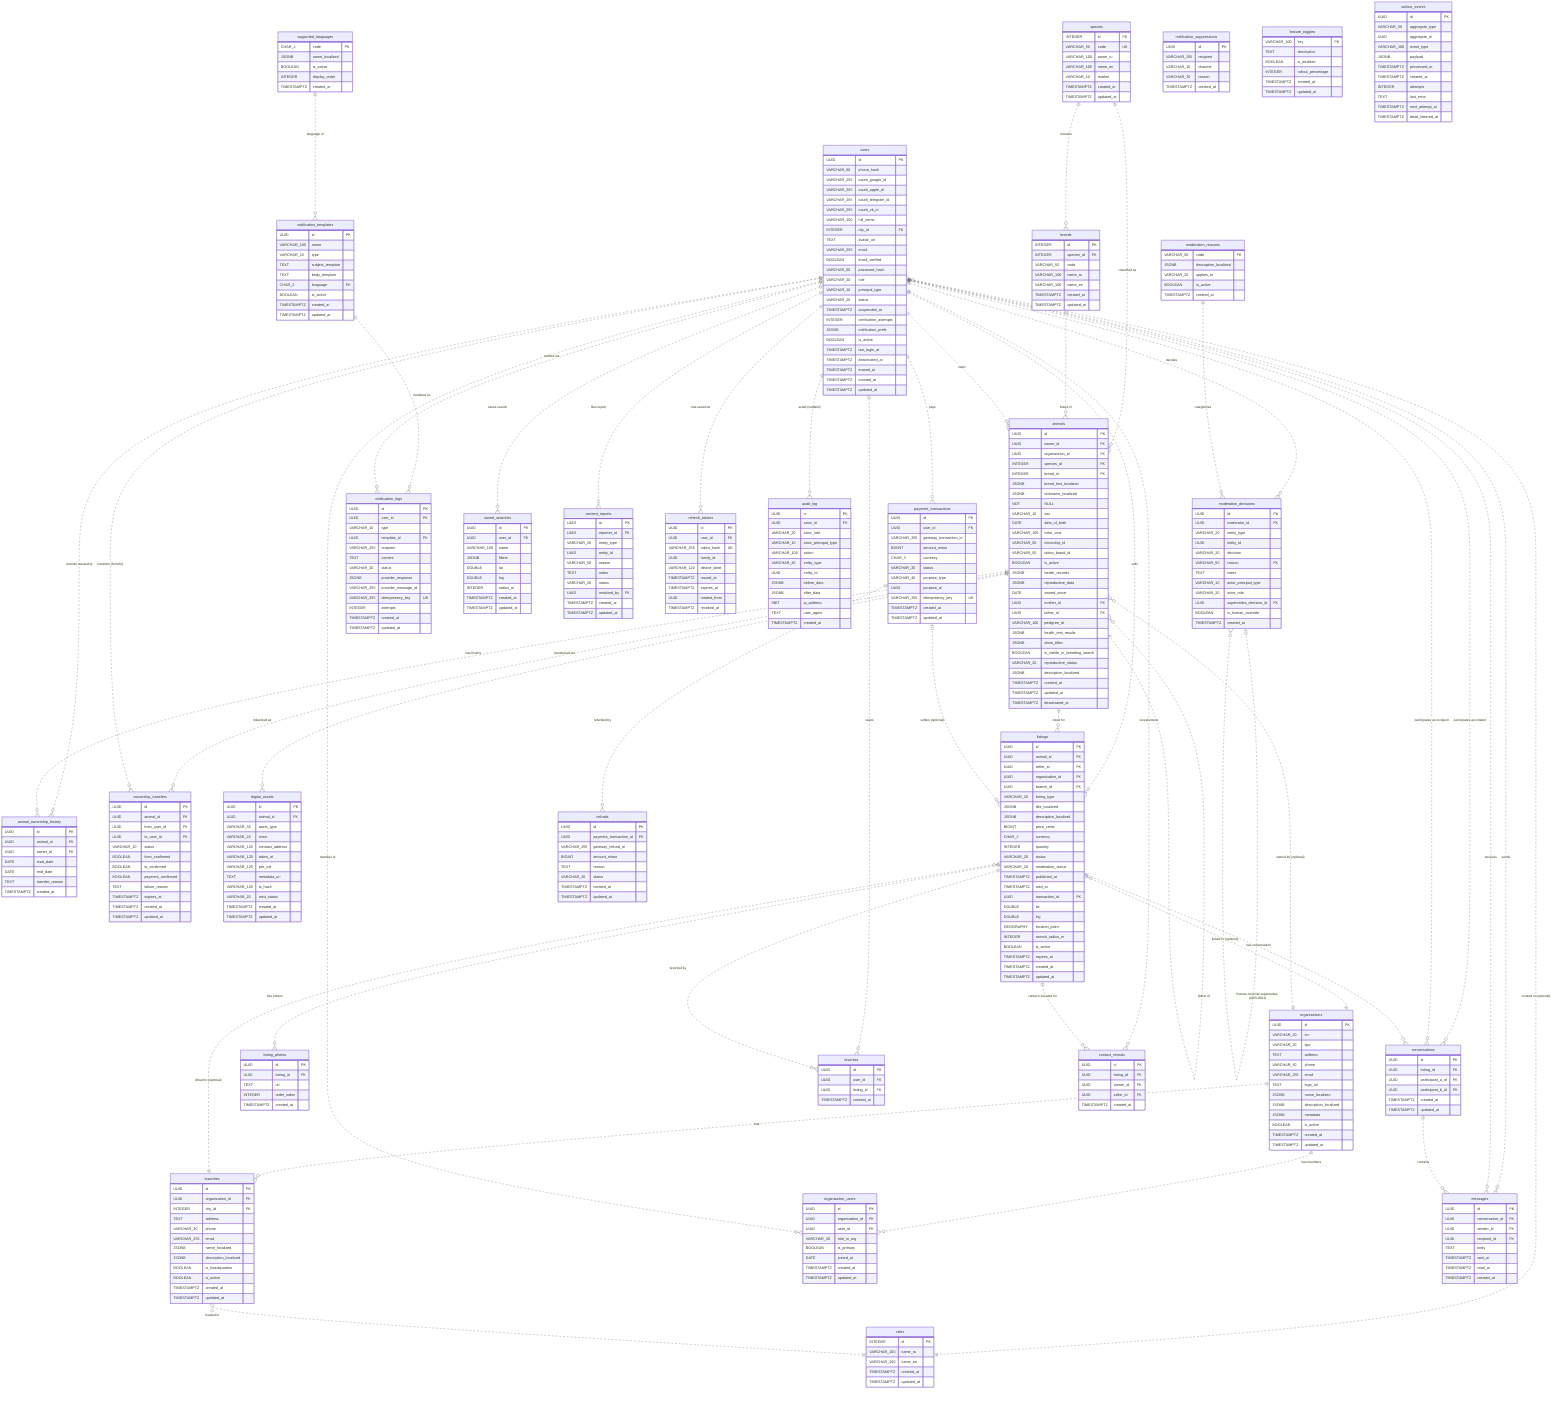
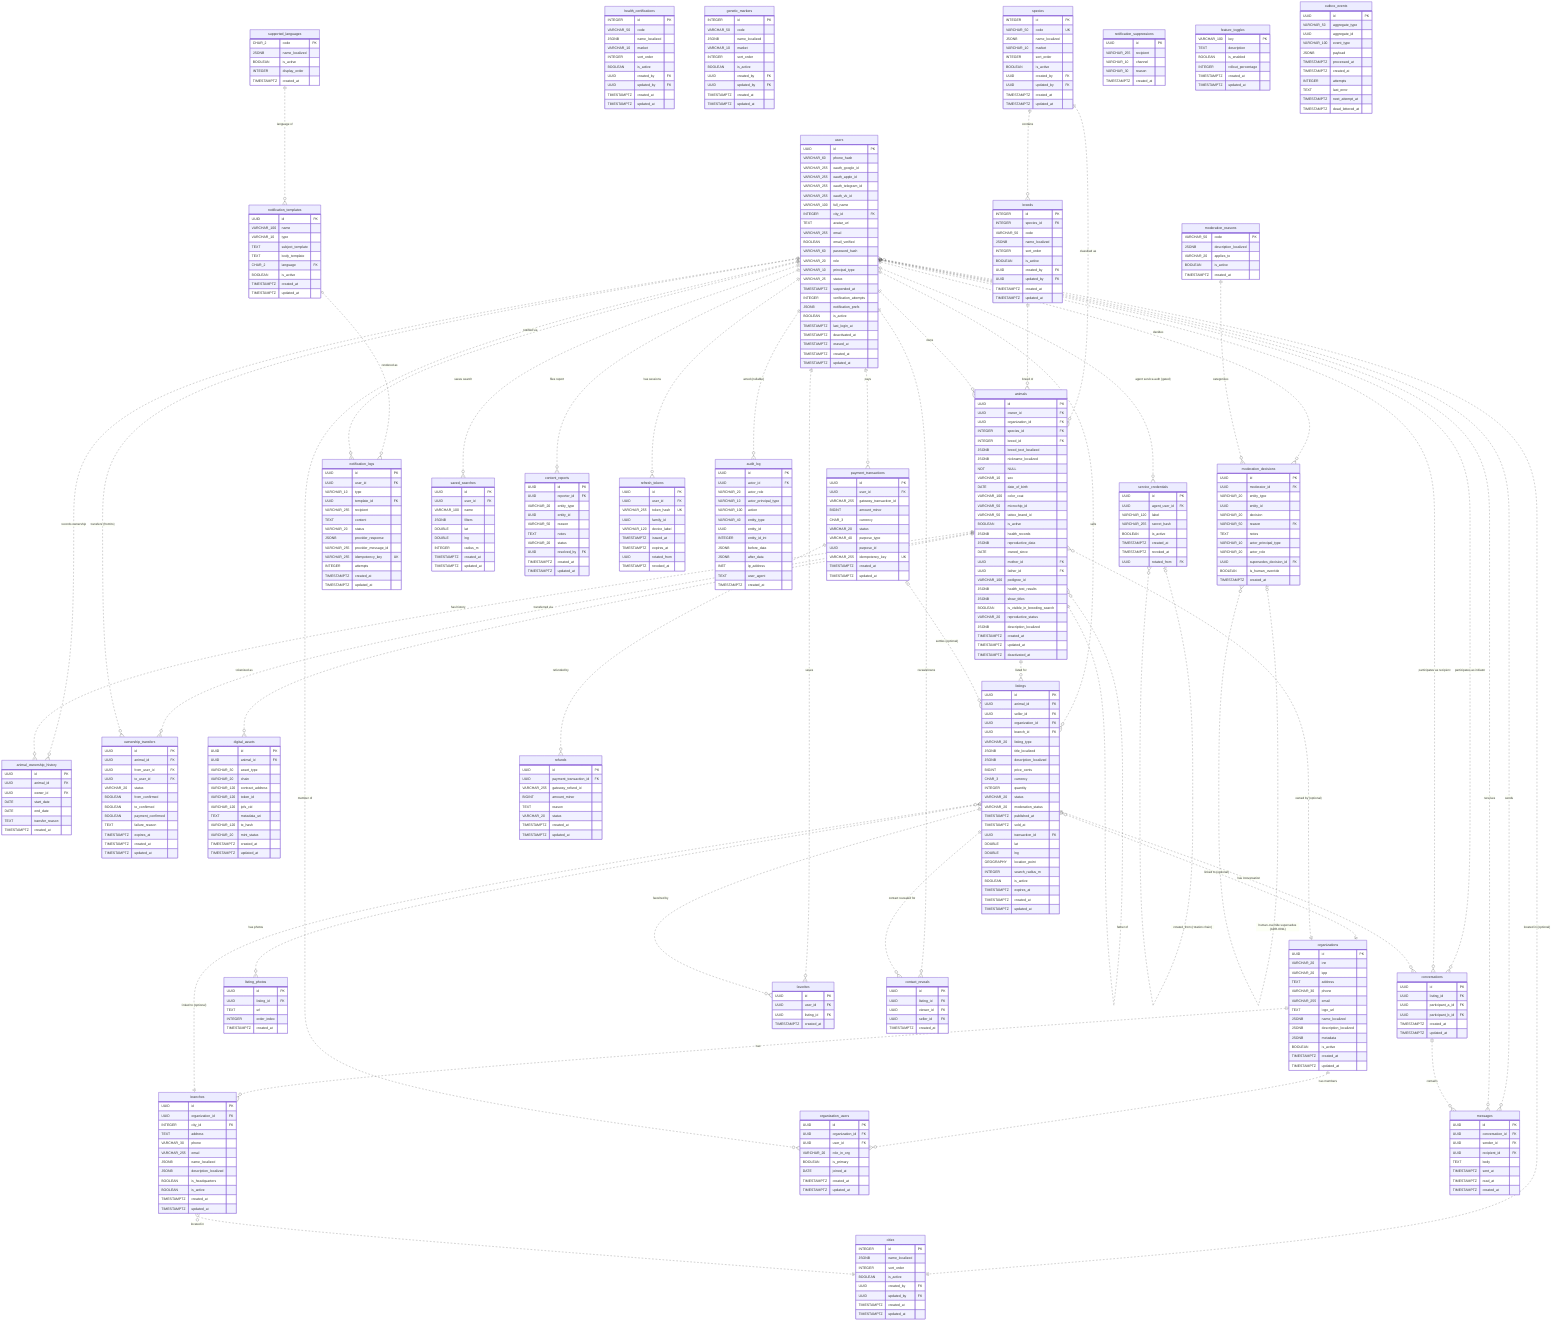
erDiagram
    %% Reference Data Tables
    species {
        INTEGER id PK
        VARCHAR_50 code UK
-         VARCHAR_100 name_ru
-         VARCHAR_100 name_en
+         JSONB name_localized
        VARCHAR_10 market
+         INTEGER sort_order
+         BOOLEAN is_active
+         UUID created_by FK
+         UUID updated_by FK
        TIMESTAMPTZ created_at
        TIMESTAMPTZ updated_at
    }
    breeds {
        INTEGER id PK
        INTEGER species_id FK
        VARCHAR_50 code
-         VARCHAR_100 name_ru
-         VARCHAR_100 name_en
+         JSONB name_localized
+         INTEGER sort_order
+         BOOLEAN is_active
+         UUID created_by FK
+         UUID updated_by FK
        TIMESTAMPTZ created_at
        TIMESTAMPTZ updated_at
        %% UK (species_id, code)
    }
    cities {
        INTEGER id PK
-         VARCHAR_100 name_ru
-         VARCHAR_100 name_en
-         TIMESTAMPTZ created_at
-         TIMESTAMPTZ updated_at
+         JSONB name_localized
+         INTEGER sort_order
+         BOOLEAN is_active
+         UUID created_by FK
+         UUID updated_by FK
+         TIMESTAMPTZ created_at
+         TIMESTAMPTZ updated_at
+     }
+     health_certifications {
+         INTEGER id PK
+         VARCHAR_50 code
+         JSONB name_localized
+         VARCHAR_10 market
+         INTEGER sort_order
+         BOOLEAN is_active
+         UUID created_by FK
+         UUID updated_by FK
+         TIMESTAMPTZ created_at
+         TIMESTAMPTZ updated_at
+         %% UK (market, code)
+     }
+     genetic_markers {
+         INTEGER id PK
+         VARCHAR_50 code
+         JSONB name_localized
+         VARCHAR_10 market
+         INTEGER sort_order
+         BOOLEAN is_active
+         UUID created_by FK
+         UUID updated_by FK
+         TIMESTAMPTZ created_at
+         TIMESTAMPTZ updated_at
+         %% UK (market, code)
    }
    supported_languages {
        CHAR_2 code PK
        JSONB name_localized
        BOOLEAN is_active
        INTEGER display_order
        TIMESTAMPTZ created_at
    }

    %% Identity Domain
    users {
        UUID id PK
        VARCHAR_60 phone_hash
        VARCHAR_255 oauth_google_id
        VARCHAR_255 oauth_apple_id
        VARCHAR_255 oauth_telegram_id
        VARCHAR_255 oauth_vk_id
        VARCHAR_100 full_name
        INTEGER city_id FK
        TEXT avatar_url
        VARCHAR_255 email
        BOOLEAN email_verified
        VARCHAR_60 password_hash
        VARCHAR_20 role
        VARCHAR_10 principal_type
        VARCHAR_25 status
        TIMESTAMPTZ suspended_at
        INTEGER verification_attempts
        JSONB notification_prefs
        BOOLEAN is_active
        TIMESTAMPTZ last_login_at
        TIMESTAMPTZ deactivated_at
        TIMESTAMPTZ erased_at
        TIMESTAMPTZ created_at
        TIMESTAMPTZ updated_at
    }

    %% Animal Domain
    animals {
        UUID id PK
        UUID owner_id FK
        UUID organization_id FK
        INTEGER species_id FK
        INTEGER breed_id FK
        JSONB breed_text_localized
        JSONB nickname_localized NOT NULL
        VARCHAR_10 sex
        DATE date_of_birth
        VARCHAR_100 color_coat
        VARCHAR_50 microchip_id
        VARCHAR_50 tattoo_brand_id
        BOOLEAN is_active
        JSONB health_records
        JSONB reproductive_data
        DATE owned_since
        UUID mother_id FK
        UUID father_id FK
        VARCHAR_100 pedigree_id
        JSONB health_test_results
        JSONB show_titles
        BOOLEAN is_visible_in_breeding_search
        VARCHAR_20 reproductive_status
        JSONB description_localized
        TIMESTAMPTZ created_at
        TIMESTAMPTZ updated_at
        TIMESTAMPTZ deactivated_at
    }
    animal_ownership_history {
        UUID id PK
        UUID animal_id FK
        UUID owner_id FK
        DATE start_date
        DATE end_date
        TEXT transfer_reason
        TIMESTAMPTZ created_at
    }
    ownership_transfers {
        UUID id PK
        UUID animal_id FK
        UUID from_user_id FK
        UUID to_user_id FK
        VARCHAR_20 status
        BOOLEAN from_confirmed
        BOOLEAN to_confirmed
        BOOLEAN payment_confirmed
        TEXT failure_reason
        TIMESTAMPTZ expires_at
        TIMESTAMPTZ created_at
        TIMESTAMPTZ updated_at
    }
    digital_assets {
        UUID id PK
        UUID animal_id FK
        VARCHAR_30 asset_type
        VARCHAR_20 chain
        VARCHAR_120 contract_address
        VARCHAR_120 token_id
        VARCHAR_120 ipfs_cid
        TEXT metadata_uri
        VARCHAR_120 tx_hash
        VARCHAR_20 mint_status
        TIMESTAMPTZ created_at
        TIMESTAMPTZ updated_at
        %% ADR-0010: NFT readiness hook; gated by feature_toggles
    }

    %% Organization Domain
    organizations {
        UUID id PK
        VARCHAR_20 inn
        VARCHAR_20 kpp
        TEXT address
        VARCHAR_30 phone
        VARCHAR_255 email
        TEXT logo_url
        JSONB name_localized
        JSONB description_localized
        JSONB metadata
        BOOLEAN is_active
        TIMESTAMPTZ created_at
        TIMESTAMPTZ updated_at
    }
    branches {
        UUID id PK
        UUID organization_id FK
        INTEGER city_id FK
        TEXT address
        VARCHAR_30 phone
        VARCHAR_255 email
        JSONB name_localized
        JSONB description_localized
        BOOLEAN is_headquarters
        BOOLEAN is_active
        TIMESTAMPTZ created_at
        TIMESTAMPTZ updated_at
    }
    organization_users {
        UUID id PK
        UUID organization_id FK
        UUID user_id FK
        VARCHAR_20 role_in_org
        BOOLEAN is_primary
        DATE joined_at
        TIMESTAMPTZ created_at
        TIMESTAMPTZ updated_at
        %% UK (organization_id, user_id)
    }

    %% Marketplace/Listings Domain
    listings {
        UUID id PK
        UUID animal_id FK
        UUID seller_id FK
        UUID organization_id FK
        UUID branch_id FK
        VARCHAR_20 listing_type
        JSONB title_localized
        JSONB description_localized
        BIGINT price_cents
        CHAR_3 currency
        INTEGER quantity
        VARCHAR_20 status
        VARCHAR_20 moderation_status
        TIMESTAMPTZ published_at
        TIMESTAMPTZ sold_at
        UUID transaction_id FK
        DOUBLE lat
        DOUBLE lng
        GEOGRAPHY location_point
        INTEGER search_radius_m
        BOOLEAN is_active
        TIMESTAMPTZ expires_at
        TIMESTAMPTZ created_at
        TIMESTAMPTZ updated_at
        %% UK (animal_id, listing_type) WHERE status='ACTIVE'
    }
    listing_photos {
        UUID id PK
        UUID listing_id FK
        TEXT url
        INTEGER order_index
        TIMESTAMPTZ created_at
    }
    conversations {
        UUID id PK
        UUID listing_id FK
        UUID participant_a_id FK
        UUID participant_b_id FK
        TIMESTAMPTZ created_at
        TIMESTAMPTZ updated_at
    }
    messages {
        UUID id PK
        UUID conversation_id FK
        UUID sender_id FK
        UUID recipient_id FK
        TEXT body
        TIMESTAMPTZ sent_at
        TIMESTAMPTZ read_at
        TIMESTAMPTZ created_at
    }

    %% Moderation Domain
    moderation_reasons {
        VARCHAR_50 code PK
        JSONB description_localized
        VARCHAR_20 applies_to
        BOOLEAN is_active
        TIMESTAMPTZ created_at
    }
    moderation_decisions {
        UUID id PK
        UUID moderator_id FK
        VARCHAR_20 entity_type
        UUID entity_id
        VARCHAR_20 decision
        VARCHAR_50 reason FK
        TEXT notes
        VARCHAR_10 actor_principal_type
        VARCHAR_20 actor_role
        UUID supersedes_decision_id FK
        BOOLEAN is_human_override
        TIMESTAMPTZ created_at
        %% append-only (immutable); ADR-0011 actor-snapshot + human-override chain (supersedes_decision_id self-ref)
    }

    %% Payment Domain
    payment_transactions {
        UUID id PK
        UUID user_id FK
        VARCHAR_255 gateway_transaction_id
        BIGINT amount_minor
        CHAR_3 currency
        VARCHAR_20 status
        VARCHAR_40 purpose_type
        UUID purpose_id
        VARCHAR_255 idempotency_key UK
        TIMESTAMPTZ created_at
        TIMESTAMPTZ updated_at
    }
    refunds {
        UUID id PK
        UUID payment_transaction_id FK
        VARCHAR_255 gateway_refund_id
        BIGINT amount_minor
        TEXT reason
        VARCHAR_20 status
        TIMESTAMPTZ created_at
        TIMESTAMPTZ updated_at
    }

    %% Notification Domain
    notification_templates {
        UUID id PK
        VARCHAR_100 name
        VARCHAR_10 type
        TEXT subject_template
        TEXT body_template
        CHAR_2 language FK
        BOOLEAN is_active
        TIMESTAMPTZ created_at
        TIMESTAMPTZ updated_at
        %% UK (name, type, language)
    }
    notification_logs {
        UUID id PK
        UUID user_id FK
        VARCHAR_10 type
        UUID template_id FK
        VARCHAR_255 recipient
        TEXT content
        VARCHAR_20 status
        JSONB provider_response
        VARCHAR_255 provider_message_id
        VARCHAR_255 idempotency_key UK
        INTEGER attempts
        TIMESTAMPTZ created_at
        TIMESTAMPTZ updated_at
    }
    notification_suppressions {
        UUID id PK
        VARCHAR_255 recipient
        VARCHAR_10 channel
        VARCHAR_30 reason
        TIMESTAMPTZ created_at
        %% (recipient, channel) UNIQUE — hard-bounce / unsubscribe
    }

    %% Favorites & Saved Searches (MVP)
    favorites {
        UUID id PK
        UUID user_id FK
        UUID listing_id FK
        TIMESTAMPTZ created_at
        %% UK (user_id, listing_id)
    }
    saved_searches {
        UUID id PK
        UUID user_id FK
        VARCHAR_100 name
        JSONB filters
        DOUBLE lat
        DOUBLE lng
        INTEGER radius_m
        TIMESTAMPTZ created_at
        TIMESTAMPTZ updated_at
    }
    content_reports {
        UUID id PK
        UUID reporter_id FK
        VARCHAR_20 entity_type
        UUID entity_id
        VARCHAR_50 reason
        TEXT notes
        VARCHAR_20 status
        UUID resolved_by FK
        TIMESTAMPTZ created_at
        TIMESTAMPTZ updated_at
    }
    contact_reveals {
        UUID id PK
        UUID listing_id FK
        UUID viewer_id FK
        UUID seller_id FK
        TIMESTAMPTZ created_at
        %% ADR-0005: MVP "contact the seller" (no chat); audit + rate-limit source
    }

    %% Identity sessions & audit (round-4 integrity)
    refresh_tokens {
        UUID id PK
        UUID user_id FK
        VARCHAR_255 token_hash UK
        UUID family_id
        VARCHAR_120 device_label
        TIMESTAMPTZ issued_at
        TIMESTAMPTZ expires_at
        UUID rotated_from
        TIMESTAMPTZ revoked_at
    }
    audit_log {
        UUID id PK
        UUID actor_id FK
        VARCHAR_20 actor_role
        VARCHAR_10 actor_principal_type
        VARCHAR_100 action
        VARCHAR_40 entity_type
        UUID entity_id
+         INTEGER entity_id_int
        JSONB before_data
        JSONB after_data
        INET ip_address
        TEXT user_agent
        TIMESTAMPTZ created_at
        %% append-only
+     }
+     service_credentials {
+         UUID id PK
+         UUID agent_user_id FK
+         VARCHAR_120 label
+         VARCHAR_255 secret_hash
+         BOOLEAN is_active
+         TIMESTAMPTZ created_at
+         TIMESTAMPTZ revoked_at
+         UUID rotated_from FK
+         %% ADR-0011 §5.3 agent service-auth FORM ONLY (gated)
    }

    %% Extensibility / System Tables
    feature_toggles {
        VARCHAR_100 key PK
        TEXT description
        BOOLEAN is_enabled
        INTEGER rollout_percentage
        TIMESTAMPTZ created_at
        TIMESTAMPTZ updated_at
    }
    outbox_events {
        UUID id PK
        VARCHAR_50 aggregate_type
        UUID aggregate_id
        VARCHAR_100 event_type
        JSONB payload
        TIMESTAMPTZ processed_at
        TIMESTAMPTZ created_at
        INTEGER attempts
        TEXT last_error
        TIMESTAMPTZ next_attempt_at
        TIMESTAMPTZ dead_lettered_at
    }

    %% Relationships
    species ||..o{ breeds : "contains"
    species ||..o{ animals : "classified as"
    breeds ||..o{ animals : "breed of"
    users }o..|| cities : "located in (optional)"
    users ||..o{ animals : "owns"
    users ||..o{ animal_ownership_history : "records ownership"
    users ||..o{ listings : "sells"
    users ||..o{ conversations : "participates as initiator"
    users ||..o{ conversations : "participates as recipient"
    users ||..o{ messages : "sends"
    users ||..o{ messages : "receives"
    animals ||..o{ animal_ownership_history : "has history"
    animals ||..o{ listings : "listed for"
    animals ||..o{ ownership_transfers : "transferred via"
    users ||..o{ ownership_transfers : "transfers (from/to)"
    animals ||..o{ digital_assets : "tokenized as"
    animals }o..|| animals : "mother of"
    animals }o..|| animals : "father of"
    listings ||..o{ listing_photos : "has photos"
    listings ||..o{ conversations : "has conversation"
    conversations ||..o{ messages : "contains"
    users ||..o{ favorites : "saves"
    listings ||..o{ favorites : "favorited by"
    users ||..o{ saved_searches : "saves search"
    users ||..o{ content_reports : "files report"
    users ||..o{ contact_reveals : "reveals/owns"
    listings ||..o{ contact_reveals : "contact revealed for"
    users ||..o{ refresh_tokens : "has sessions"
    users ||..o{ audit_log : "acted (nullable)"
+     users ||..o{ service_credentials : "agent service-auth (gated)"
+     service_credentials |o..o{ service_credentials : "rotated_from (rotation chain)"

    %% Organization Domain Relationships (junction = M:N resolved)
    organizations ||..o{ organization_users : "has members"
    users ||..o{ organization_users : "member of"
    organizations ||..o{ branches : "has"
    branches }o..|| cities : "located in"
    listings }o..|| organizations : "linked to (optional)"
    listings }o..|| branches : "linked to (optional)"
    animals }o..|| organizations : "owned by (optional)"

    %% Moderation / Payment / Notification Relationships
    users ||..o{ moderation_decisions : "decides"
    moderation_reasons ||..o{ moderation_decisions : "categorizes"
    moderation_decisions |o..o{ moderation_decisions : "human-override supersedes (ADR-0011)"
    users ||..o{ payment_transactions : "pays"
    payment_transactions ||..o{ refunds : "refunded by"
    payment_transactions |o..o{ listings : "settles (optional)"
    supported_languages ||..o{ notification_templates : "language of"
    notification_templates ||..o{ notification_logs : "rendered as"
    users ||..o{ notification_logs : "notified via"
